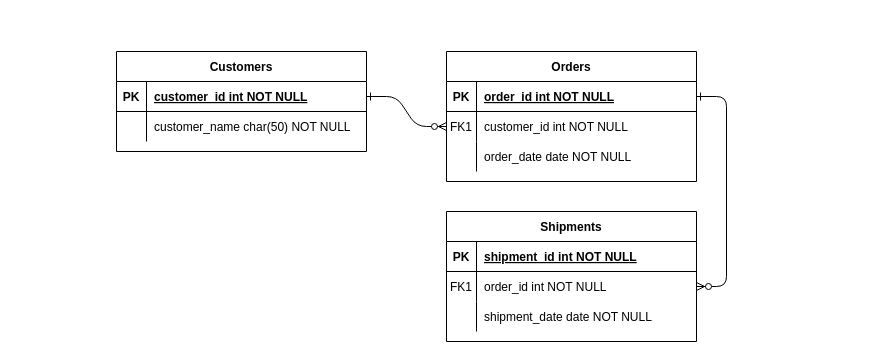
Above: Diagrama sin título.drawio in didi90/tarea (draw.io), before the change. Source tidied: cells renumbered, new cells numbered last; positions are measured from the earlier drawing's top-left corner, leaving out a move shared by most shapes. Both pictures are drawn from the tidied source at 100%, with x=0, y=0 at pixel (116, 51).
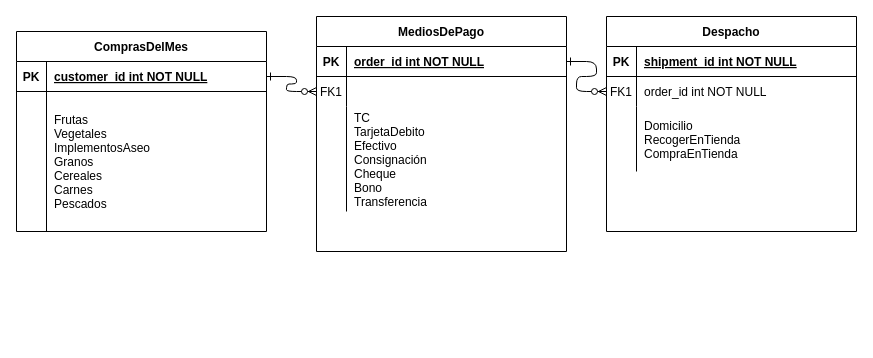
The same page after the edit.

Unchanged cells that the change refers to:
```xml
<mxCell id="8" style="shape=partialRectangle;fillColor=none;points=[[0,0.5],[1,0.5]];portConstraint=eastwest;top=0;left=0;right=0;bottom=0;" parent="4" vertex="1">
  <mxGeometry y="60" width="250" height="30" as="geometry" />
</mxCell>
```

Change to the diagram source:
```diff
@@
-    <mxCell id="4" value="Orders" style="shape=table;startSize=30;childLayout=tableLayout;rowLines=0;fontStyle=1;align=center;" parent="1" vertex="1">
-      <mxGeometry x="330" width="250" height="130" as="geometry" />
+    <mxCell id="4" value="MediosDePago" style="shape=table;startSize=30;childLayout=tableLayout;rowLines=0;fontStyle=1;align=center;" parent="1" vertex="1">
+      <mxGeometry x="200" y="-35" width="250" height="235" as="geometry" />
     </mxCell>
@@
-    <mxCell id="10" value="customer_id int NOT NULL" style="shape=partialRectangle;overflow=hidden;fillColor=none;top=0;left=0;bottom=0;right=0;align=left;spacingLeft=6;" parent="8" vertex="1">
+    <mxCell id="10" style="shape=partialRectangle;overflow=hidden;fillColor=none;top=0;left=0;bottom=0;right=0;align=left;spacingLeft=6;" parent="8" vertex="1">
       <mxGeometry x="30" width="220" height="30" as="geometry" />
     </mxCell>
     <mxCell id="11" style="shape=partialRectangle;fillColor=none;top=0;left=0;right=0;bottom=0;" parent="4" vertex="1">
-      <mxGeometry y="90" width="250" height="30" as="geometry" />
+      <mxGeometry y="90" width="250" height="105" as="geometry" />
     </mxCell>
     <mxCell id="12" style="shape=partialRectangle;overflow=hidden;fillColor=none;top=0;left=0;bottom=0;right=0;" parent="11" vertex="1">
-      <mxGeometry width="30" height="30" as="geometry" />
+      <mxGeometry width="30" height="105" as="geometry" />
     </mxCell>
-    <mxCell id="13" value="order_date date NOT NULL" style="shape=partialRectangle;overflow=hidden;fillColor=none;top=0;left=0;bottom=0;right=0;align=left;spacingLeft=6;" parent="11" vertex="1">
-      <mxGeometry x="30" width="220" height="30" as="geometry" />
+    <mxCell id="13" value="TC&#10;TarjetaDebito&#10;Efectivo&#10;Consignación&#10;Cheque&#10;Bono&#10;Transferencia" style="shape=partialRectangle;overflow=hidden;fillColor=none;top=0;left=0;bottom=0;right=0;align=left;spacingLeft=6;" parent="11" vertex="1">
+      <mxGeometry x="30" width="220" height="105" as="geometry" />
     </mxCell>
-    <mxCell id="14" value="Shipments" style="shape=table;startSize=30;childLayout=tableLayout;rowLines=0;fontStyle=1;align=center;" parent="1" vertex="1">
-      <mxGeometry x="330" y="160" width="250" height="130" as="geometry" />
+    <mxCell id="14" value="Despacho" style="shape=table;startSize=30;childLayout=tableLayout;rowLines=0;fontStyle=1;align=center;" parent="1" vertex="1">
+      <mxGeometry x="490" y="-35" width="250" height="215" as="geometry" />
     </mxCell>
@@
     <mxCell id="21" style="shape=partialRectangle;fillColor=none;top=0;left=0;right=0;bottom=0;" parent="14" vertex="1">
-      <mxGeometry y="90" width="250" height="30" as="geometry" />
+      <mxGeometry y="90" width="250" height="65" as="geometry" />
     </mxCell>
     <mxCell id="22" style="shape=partialRectangle;overflow=hidden;fillColor=none;top=0;left=0;bottom=0;right=0;" parent="21" vertex="1">
-      <mxGeometry width="30" height="30" as="geometry" />
+      <mxGeometry width="30" height="65" as="geometry" />
     </mxCell>
-    <mxCell id="23" value="shipment_date date NOT NULL" style="shape=partialRectangle;overflow=hidden;fillColor=none;top=0;left=0;bottom=0;right=0;align=left;spacingLeft=6;" parent="21" vertex="1">
-      <mxGeometry x="30" width="220" height="30" as="geometry" />
+    <mxCell id="23" value="Domicilio&#10;RecogerEnTienda&#10;CompraEnTienda" style="shape=partialRectangle;overflow=hidden;fillColor=none;top=0;left=0;bottom=0;right=0;align=left;spacingLeft=6;" parent="21" vertex="1">
+      <mxGeometry x="30" width="220" height="65" as="geometry" />
     </mxCell>
-    <mxCell id="24" value="Customers" style="shape=table;startSize=30;childLayout=tableLayout;rowLines=0;fontStyle=1;align=center;" parent="1" vertex="1">
-      <mxGeometry width="250" height="100" as="geometry" />
+    <mxCell id="24" value="ComprasDelMes" style="shape=table;startSize=30;childLayout=tableLayout;rowLines=0;fontStyle=1;align=center;" parent="1" vertex="1">
+      <mxGeometry x="-100" y="-20" width="250" height="200" as="geometry" />
     </mxCell>
@@
     <mxCell id="28" style="shape=partialRectangle;fillColor=none;top=0;left=0;right=0;bottom=0;" parent="24" vertex="1">
-      <mxGeometry y="60" width="250" height="30" as="geometry" />
+      <mxGeometry y="60" width="250" height="140" as="geometry" />
     </mxCell>
     <mxCell id="29" style="shape=partialRectangle;overflow=hidden;fillColor=none;top=0;left=0;bottom=0;right=0;" parent="28" vertex="1">
-      <mxGeometry width="30" height="30" as="geometry" />
+      <mxGeometry width="30" height="140" as="geometry" />
     </mxCell>
-    <mxCell id="30" value="customer_name char(50) NOT NULL" style="shape=partialRectangle;overflow=hidden;fillColor=none;top=0;left=0;bottom=0;right=0;align=left;spacingLeft=6;" parent="28" vertex="1">
-      <mxGeometry x="30" width="220" height="30" as="geometry" />
+    <mxCell id="30" value="Frutas&#10;Vegetales&#10;ImplementosAseo&#10;Granos&#10;Cereales&#10;Carnes&#10;Pescados" style="shape=partialRectangle;overflow=hidden;fillColor=none;top=0;left=0;bottom=0;right=0;align=left;spacingLeft=6;" parent="28" vertex="1">
+      <mxGeometry x="30" width="220" height="140" as="geometry" />
     </mxCell>
```
